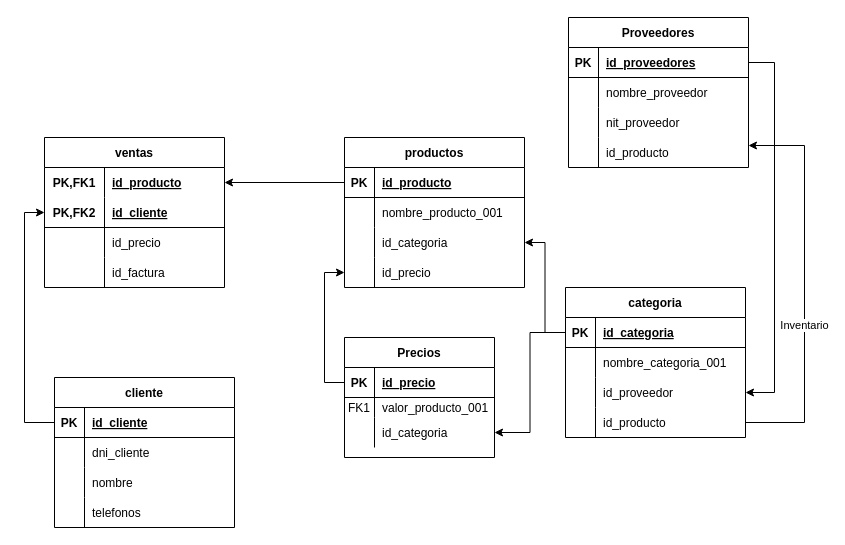
This is page "Page-1" (1 of 2) of Diagrama sin título.drawio from galvarezz09/DBA001, a draw.io file, before an edit. Source tidied: cells renumbered, new cells numbered last; positions are measured from the earlier drawing's top-left corner, leaving out a move shared by most shapes. Both pictures are drawn from the tidied source at 100%, with x=0, y=0 at pixel (44, 17).
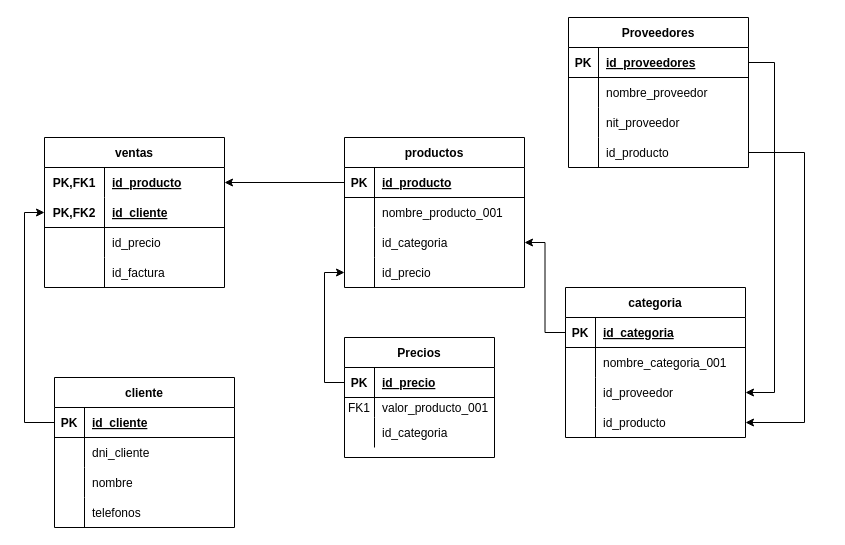
After the change.

Unchanged cells that the change refers to:
```xml
<mxCell id="9" style="shape=partialRectangle;fillColor=none;points=[[0,0.5],[1,0.5]];portConstraint=eastwest;top=0;left=0;right=0;bottom=0;" parent="2" vertex="1">
  <mxGeometry y="80" width="150" height="30" as="geometry" />
</mxCell>
<mxCell id="39" style="shape=tableRow;horizontal=0;startSize=0;swimlaneHead=0;swimlaneBody=0;fillColor=none;points=[[0,0.5],[1,0.5]];portConstraint=eastwest;top=0;left=0;right=0;bottom=1;" parent="38" vertex="1">
  <mxGeometry y="30" width="180" height="30" as="geometry" />
</mxCell>
<mxCell id="48" style="shape=tableRow;horizontal=0;startSize=0;swimlaneHead=0;swimlaneBody=0;fillColor=none;points=[[0,0.5],[1,0.5]];portConstraint=eastwest;top=0;left=0;right=0;bottom=0;" parent="38" vertex="1">
  <mxGeometry y="120" width="180" height="30" as="geometry" />
</mxCell>
<mxCell id="79" style="shape=tableRow;horizontal=0;startSize=0;swimlaneHead=0;swimlaneBody=0;fillColor=none;points=[[0,0.5],[1,0.5]];portConstraint=eastwest;top=0;left=0;right=0;bottom=0;" parent="69" vertex="1">
  <mxGeometry y="120" width="180" height="30" as="geometry" />
</mxCell>
```

The edit, as a diff of the source:
```diff
@@
-    <mxCell id="66" style="edgeStyle=orthogonalEdgeStyle;rounded=0;jettySize=auto;html=1;exitX=0;exitY=0.5;exitDx=0;exitDy=0;entryX=1;entryY=0.5;entryDx=0;entryDy=0;" parent="1" edge="1" source="39" target="9">
-      <mxGeometry relative="1" as="geometry" />
-    </mxCell>
@@
-    <mxCell id="83" style="edgeStyle=orthogonalEdgeStyle;rounded=0;jettySize=auto;html=1;exitX=1;exitY=0.5;exitDx=0;exitDy=0;entryX=1;entryY=0.267;entryDx=0;entryDy=0;entryPerimeter=0;" parent="1" edge="1" source="48" target="79">
-      <mxGeometry relative="1" as="geometry">
-        <Array as="points">
-          <mxPoint x="760" y="405" />
-          <mxPoint x="760" y="128" />
-        </Array>
-      </mxGeometry>
-    </mxCell>
-    <mxCell id="84" value="Inventario" style="edgeLabel;html=1;align=center;verticalAlign=middle;" parent="83" vertex="1">
-      <mxGeometry x="-0.2" y="1" relative="1" as="geometry" />
-    </mxCell>
+    <mxCell id="85" style="edgeStyle=orthogonalEdgeStyle;rounded=0;jettySize=auto;html=1;exitX=1;exitY=0.5;exitDx=0;exitDy=0;entryX=1;entryY=0.5;entryDx=0;entryDy=0;" parent="1" edge="1" source="79" target="48">
+      <mxGeometry relative="1" as="geometry">
+        <Array as="points">
+          <mxPoint x="760" y="135" />
+          <mxPoint x="760" y="405" />
+        </Array>
+      </mxGeometry>
+    </mxCell>
```
